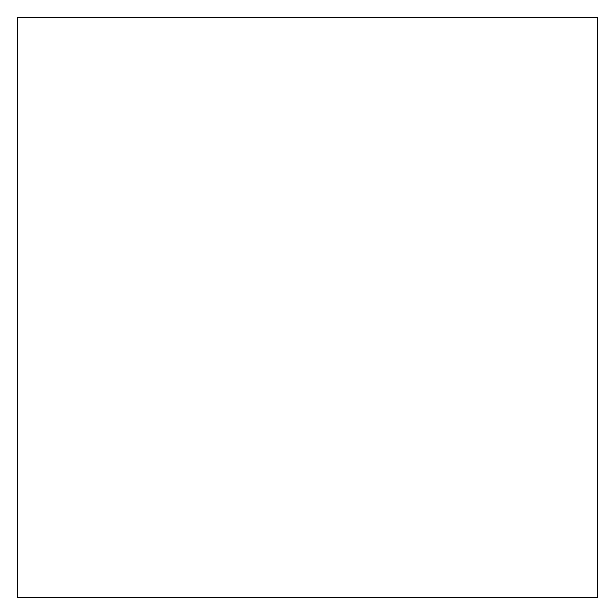
Before: diagrams/wireframe.drawio in foodnft/chicken_NFT, a draw.io diagram. Source tidied: cells renumbered, new cells numbered last; positions are measured from the earlier drawing's top-left corner, leaving out a move shared by most shapes. Both pictures are drawn from the tidied source at 100%, with x=0, y=0 at pixel (17, 17). Pictures stored in the file or linked from it are replaced by grey dashed boxes.
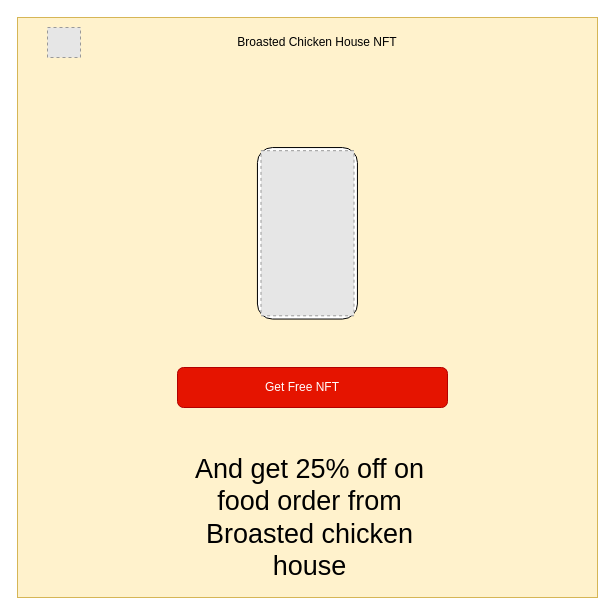
After the change.

Change to the diagram source:
```diff
@@
 <mxGraphModel>
   <root>
     <mxCell id="0" />
     <mxCell id="1" parent="0" />
-    <mxCell id="2" style="whiteSpace=wrap;html=1;" parent="1" vertex="1">
+    <mxCell id="2" style="whiteSpace=wrap;html=1;fillColor=#fff2cc;strokeColor=#d6b656;" parent="1" vertex="1">
       <mxGeometry width="580" height="580" as="geometry" />
     </mxCell>
+    <mxCell id="3" style="fillColor=#E6E6E6;strokeColor=#999999;dashed=1;verticalLabelPosition=bottom;labelBackgroundColor=default;verticalAlign=top;" parent="1" vertex="1">
+      <mxGeometry x="30" y="10" width="33" height="30" as="geometry" />
+    </mxCell>
+    <mxCell id="4" value="Broasted Chicken House NFT" style="text;html=1;strokeColor=none;fillColor=none;align=center;verticalAlign=middle;whiteSpace=wrap;rounded=0;" parent="1" vertex="1">
+      <mxGeometry x="190" width="220" height="50" as="geometry" />
+    </mxCell>
+    <mxCell id="5" style="group;" parent="1" vertex="1">
+      <mxGeometry x="240" y="130" width="100" height="171.5" as="geometry" />
+    </mxCell>
+    <mxCell id="6" style="rounded=1;whiteSpace=wrap;html=1;rotation=90;" parent="5" vertex="1">
+      <mxGeometry x="-35.8" y="35.8" width="171.5" height="100" as="geometry" />
+    </mxCell>
+    <mxCell id="7" style="fillColor=#E6E6E6;strokeColor=#999999;dashed=1;verticalLabelPosition=bottom;verticalAlign=top;" parent="5" vertex="1">
+      <mxGeometry x="3.5" y="3.2" width="93" height="165.1" as="geometry" />
+    </mxCell>
+    <mxCell id="8" style="rounded=1;whiteSpace=wrap;html=1;fillColor=#e51400;fontColor=#ffffff;strokeColor=#B20000;" parent="1" vertex="1">
+      <mxGeometry x="160" y="350" width="270" height="40" as="geometry" />
+    </mxCell>
+    <mxCell id="9" value="&lt;font color=&quot;#ffffff&quot;&gt;Get Free NFT&lt;/font&gt;" style="text;html=1;strokeColor=none;fillColor=none;align=center;verticalAlign=middle;whiteSpace=wrap;rounded=0;" parent="1" vertex="1">
+      <mxGeometry x="220" y="355" width="130" height="30" as="geometry" />
+    </mxCell>
+    <mxCell id="10" value="&lt;font style=&quot;font-size: 27px;&quot; color=&quot;#000000&quot;&gt;And get 25% off on food order from Broasted chicken house&lt;/font&gt;" style="text;html=1;strokeColor=none;fillColor=none;align=center;verticalAlign=middle;whiteSpace=wrap;rounded=0;fontColor=#FFFFFF;" parent="1" vertex="1">
+      <mxGeometry x="165" y="430" width="255" height="140" as="geometry" />
+    </mxCell>
   </root>
 </mxGraphModel>
```
